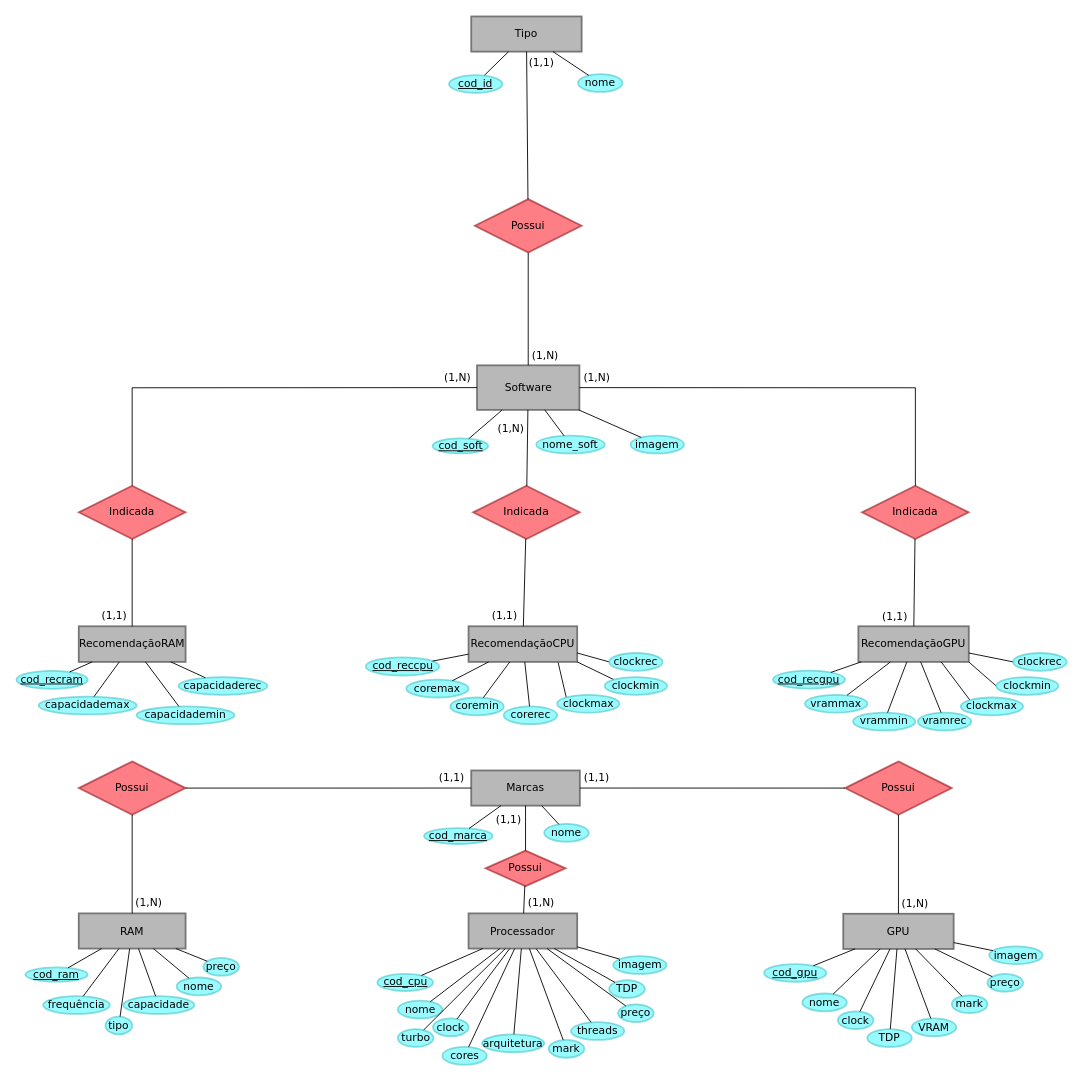
This is page "DER" (1 of 2) of IFSP-PJI-G05-MODELOS/Abstração do Banco de dados - GHYM.drawio from ProjectGHYM/IFSP-PJI2-GR05-GHYM_Hardware_Comparison, a draw.io file, before an edit. Source tidied: cells renumbered, new cells numbered last; positions are measured from the earlier drawing's top-left corner, leaving out a move shared by most shapes. Both pictures are drawn from the tidied source at 89%, with x=0, y=0 at pixel (16, 16).
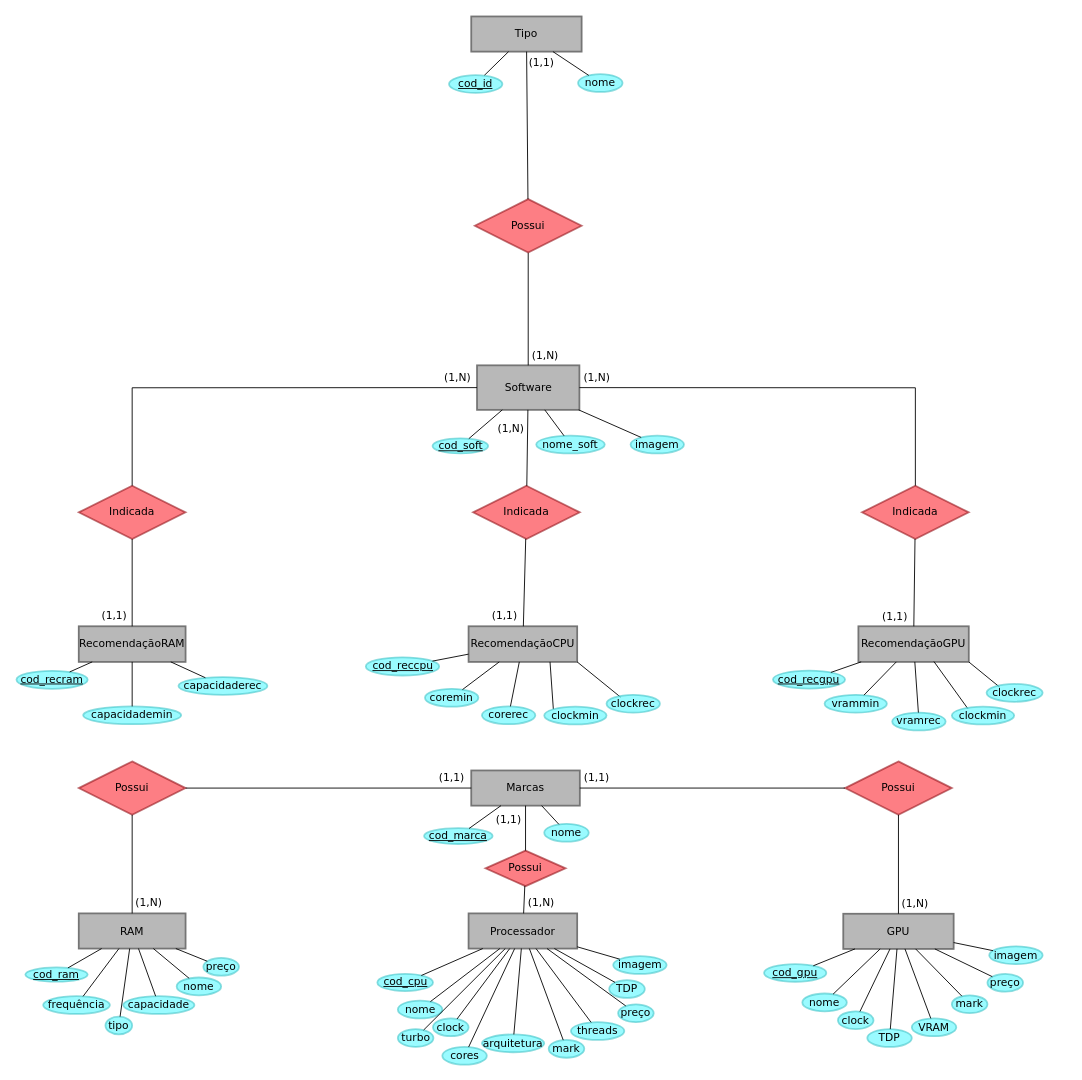
Above is the later version.

The change refers to these unchanged cells:
```xml
<mxCell id="23" value="RecomendaçãoCPU" style="whiteSpace=wrap;html=1;align=center;shadow=0;fontFamily=Verdana;fillColor=#B8B8B8;strokeColor=#757575;strokeWidth=2;" parent="1" vertex="1">
  <mxGeometry x="508" y="685.2" width="122" height="40" as="geometry" />
</mxCell>
<mxCell id="24" value="RecomendaçãoGPU" style="whiteSpace=wrap;html=1;align=center;shadow=0;fontFamily=Verdana;fillColor=#B8B8B8;strokeColor=#757575;strokeWidth=2;" parent="1" vertex="1">
  <mxGeometry x="946" y="685.2" width="124" height="40" as="geometry" />
</mxCell>
<mxCell id="25" value="RecomendaçãoRAM" style="whiteSpace=wrap;html=1;align=center;shadow=0;fontFamily=Verdana;fillColor=#B8B8B8;strokeColor=#757575;strokeWidth=2;" parent="1" vertex="1">
  <mxGeometry x="70" y="685.2" width="120" height="40" as="geometry" />
</mxCell>
```

The edit, as a diff of the source:
```diff
@@
     <mxCell id="67" value="capacidademin" style="ellipse;whiteSpace=wrap;html=1;align=center;shadow=0;fontFamily=Verdana;fillColor=#57F9FF;strokeColor=#45C5C9;strokeWidth=2;opacity=60;" parent="1" vertex="1">
-      <mxGeometry x="135" y="775.2" width="110" height="20" as="geometry" />
+      <mxGeometry x="75" y="775.2" width="110" height="20" as="geometry" />
     </mxCell>
-    <mxCell id="68" value="capacidademax" style="ellipse;whiteSpace=wrap;html=1;align=center;shadow=0;fontFamily=Verdana;fillColor=#57F9FF;strokeColor=#45C5C9;strokeWidth=2;opacity=60;" parent="1" vertex="1">
-      <mxGeometry x="25" y="764.2" width="110" height="20" as="geometry" />
-    </mxCell>
@@
     <mxCell id="71" value="coremin" style="ellipse;whiteSpace=wrap;html=1;align=center;shadow=0;fontFamily=Verdana;fillColor=#57F9FF;strokeColor=#45C5C9;strokeWidth=2;opacity=60;" parent="1" vertex="1">
-      <mxGeometry x="487.5" y="765.2" width="60" height="20" as="geometry" />
+      <mxGeometry x="459" y="755.5" width="60" height="20" as="geometry" />
     </mxCell>
-    <mxCell id="72" value="coremax" style="ellipse;whiteSpace=wrap;html=1;align=center;shadow=0;fontFamily=Verdana;fillColor=#57F9FF;strokeColor=#45C5C9;strokeWidth=2;opacity=60;" parent="1" vertex="1">
-      <mxGeometry x="438" y="745.2" width="70" height="20" as="geometry" />
-    </mxCell>
     <mxCell id="73" value="corerec" style="ellipse;whiteSpace=wrap;html=1;align=center;shadow=0;fontFamily=Verdana;fillColor=#57F9FF;strokeColor=#45C5C9;strokeWidth=2;opacity=60;" parent="1" vertex="1">
-      <mxGeometry x="547.5" y="775.2" width="60" height="20" as="geometry" />
+      <mxGeometry x="523" y="775.2" width="60" height="20" as="geometry" />
     </mxCell>
@@
     <mxCell id="75" value="vrammin" style="ellipse;whiteSpace=wrap;html=1;align=center;shadow=0;fontFamily=Verdana;fillColor=#57F9FF;strokeColor=#45C5C9;strokeWidth=2;opacity=60;" parent="1" vertex="1">
-      <mxGeometry x="940" y="782.2" width="70" height="20" as="geometry" />
+      <mxGeometry x="908" y="762.2" width="70" height="20" as="geometry" />
     </mxCell>
-    <mxCell id="76" value="vrammax" style="ellipse;whiteSpace=wrap;html=1;align=center;shadow=0;fontFamily=Verdana;fillColor=#57F9FF;strokeColor=#45C5C9;strokeWidth=2;opacity=60;" parent="1" vertex="1">
-      <mxGeometry x="886" y="762.2" width="70" height="20" as="geometry" />
-    </mxCell>
     <mxCell id="77" value="vramrec" style="ellipse;whiteSpace=wrap;html=1;align=center;shadow=0;fontFamily=Verdana;fillColor=#57F9FF;strokeColor=#45C5C9;strokeWidth=2;opacity=60;" parent="1" vertex="1">
-      <mxGeometry x="1012.8" y="782.2" width="60" height="20" as="geometry" />
+      <mxGeometry x="984" y="782.2" width="60" height="20" as="geometry" />
     </mxCell>
@@
-    <mxCell id="81" style="endArrow=none;html=1;rounded=0;shadow=0;fontFamily=Verdana;" parent="1" edge="1" source="68" target="25">
-      <mxGeometry relative="1" as="geometry" />
-    </mxCell>
@@
-    <mxCell id="85" style="endArrow=none;html=1;rounded=0;shadow=0;fontFamily=Verdana;" parent="1" edge="1" source="72" target="23">
-      <mxGeometry relative="1" as="geometry" />
-    </mxCell>
@@
-    <mxCell id="89" style="endArrow=none;html=1;rounded=0;shadow=0;fontFamily=Verdana;" parent="1" edge="1" source="76" target="24">
-      <mxGeometry relative="1" as="geometry" />
-    </mxCell>
@@
-    <mxCell id="134" style="edgeStyle=none;rounded=0;jettySize=auto;html=1;exitX=0;exitY=0;exitDx=0;exitDy=0;entryX=0.825;entryY=1.019;entryDx=0;entryDy=0;entryPerimeter=0;endArrow=none;endFill=0;" parent="1" edge="1" source="135" target="23">
-      <mxGeometry relative="1" as="geometry" />
-    </mxCell>
-    <mxCell id="135" value="clockmax" style="ellipse;whiteSpace=wrap;html=1;align=center;shadow=0;fontFamily=Verdana;fillColor=#57F9FF;strokeColor=#45C5C9;strokeWidth=2;opacity=60;" parent="1" vertex="1">
-      <mxGeometry x="607.5" y="762.2" width="70" height="20" as="geometry" />
-    </mxCell>
-    <mxCell id="136" style="edgeStyle=none;rounded=0;jettySize=auto;html=1;exitX=0;exitY=0.5;exitDx=0;exitDy=0;entryX=1;entryY=0.75;entryDx=0;entryDy=0;endArrow=none;endFill=0;" parent="1" edge="1" source="137" target="23">
+    <mxCell id="136" style="edgeStyle=none;rounded=0;jettySize=auto;html=1;exitX=0.264;exitY=0.133;exitDx=0;exitDy=0;entryX=1;entryY=1;entryDx=0;entryDy=0;endArrow=none;endFill=0;exitPerimeter=0;" parent="1" edge="1" source="137" target="23">
       <mxGeometry relative="1" as="geometry" />
     </mxCell>
     <mxCell id="137" value="clockrec" style="ellipse;whiteSpace=wrap;html=1;align=center;shadow=0;fontFamily=Verdana;fillColor=#57F9FF;strokeColor=#45C5C9;strokeWidth=2;opacity=60;" parent="1" vertex="1">
-      <mxGeometry x="666" y="715.2" width="60" height="20" as="geometry" />
+      <mxGeometry x="663" y="762.2" width="60" height="20" as="geometry" />
     </mxCell>
-    <mxCell id="138" style="edgeStyle=none;rounded=0;jettySize=auto;html=1;exitX=0;exitY=0;exitDx=0;exitDy=0;endArrow=none;endFill=0;entryX=0.75;entryY=1;entryDx=0;entryDy=0;" parent="1" edge="1" source="139" target="24">
-      <mxGeometry relative="1" as="geometry" />
-    </mxCell>
-    <mxCell id="139" value="clockmax" style="ellipse;whiteSpace=wrap;html=1;align=center;shadow=0;fontFamily=Verdana;fillColor=#57F9FF;strokeColor=#45C5C9;strokeWidth=2;opacity=60;" parent="1" vertex="1">
-      <mxGeometry x="1061" y="765.2" width="70" height="20" as="geometry" />
-    </mxCell>
-    <mxCell id="140" style="edgeStyle=none;rounded=0;jettySize=auto;html=1;exitX=0;exitY=0.5;exitDx=0;exitDy=0;entryX=1;entryY=0.75;entryDx=0;entryDy=0;endArrow=none;endFill=0;" parent="1" edge="1" source="141" target="24">
+    <mxCell id="140" style="edgeStyle=none;rounded=0;jettySize=auto;html=1;exitX=0.233;exitY=0.176;exitDx=0;exitDy=0;entryX=1;entryY=1;entryDx=0;entryDy=0;endArrow=none;endFill=0;exitPerimeter=0;" parent="1" edge="1" source="141" target="24">
       <mxGeometry relative="1" as="geometry" />
     </mxCell>
     <mxCell id="141" value="clockrec" style="ellipse;whiteSpace=wrap;html=1;align=center;shadow=0;fontFamily=Verdana;fillColor=#57F9FF;strokeColor=#45C5C9;strokeWidth=2;opacity=60;" parent="1" vertex="1">
-      <mxGeometry x="1120" y="715.2" width="60" height="20" as="geometry" />
+      <mxGeometry x="1090" y="750" width="63" height="20" as="geometry" />
     </mxCell>
-    <mxCell id="142" style="edgeStyle=none;rounded=0;jettySize=auto;html=1;exitX=0;exitY=0.5;exitDx=0;exitDy=0;entryX=1;entryY=1;entryDx=0;entryDy=0;endArrow=none;endFill=0;" parent="1" edge="1" source="143" target="24">
+    <mxCell id="142" style="edgeStyle=none;rounded=0;jettySize=auto;html=1;exitX=0.258;exitY=0.118;exitDx=0;exitDy=0;entryX=0.684;entryY=0.989;entryDx=0;entryDy=0;endArrow=none;endFill=0;entryPerimeter=0;exitPerimeter=0;" parent="1" edge="1" source="143" target="24">
       <mxGeometry relative="1" as="geometry" />
     </mxCell>
     <mxCell id="143" value="clockmin" style="ellipse;whiteSpace=wrap;html=1;align=center;shadow=0;fontFamily=Verdana;fillColor=#57F9FF;strokeColor=#45C5C9;strokeWidth=2;opacity=60;" parent="1" vertex="1">
-      <mxGeometry x="1100.8" y="742.2" width="70" height="20" as="geometry" />
+      <mxGeometry x="1051" y="775.5" width="70" height="20" as="geometry" />
     </mxCell>
-    <mxCell id="144" style="edgeStyle=none;rounded=0;jettySize=auto;html=1;exitX=0;exitY=0;exitDx=0;exitDy=0;entryX=1;entryY=1;entryDx=0;entryDy=0;endArrow=none;endFill=0;" parent="1" edge="1" source="145" target="23">
+    <mxCell id="144" style="edgeStyle=none;rounded=0;jettySize=auto;html=1;exitX=0;exitY=0;exitDx=0;exitDy=0;entryX=0.75;entryY=1;entryDx=0;entryDy=0;endArrow=none;endFill=0;" parent="1" edge="1" source="145" target="23">
       <mxGeometry relative="1" as="geometry" />
     </mxCell>
     <mxCell id="145" value="clockmin" style="ellipse;whiteSpace=wrap;html=1;align=center;shadow=0;fontFamily=Verdana;fillColor=#57F9FF;strokeColor=#45C5C9;strokeWidth=2;opacity=60;" parent="1" vertex="1">
-      <mxGeometry x="661" y="742.2" width="70" height="20" as="geometry" />
+      <mxGeometry x="593" y="775.5" width="70" height="20" as="geometry" />
     </mxCell>
```
